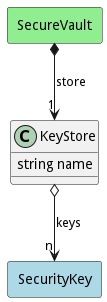
Before: docs/sabr/sa/models/keystore/logical.png, a diagram exported from PlantUML (madajaju/sabr). The source it was exported from:
```plantuml
@startuml

class "KeyStore" as Model {
 string name


}

rectangle "SecurityKey" as SecurityKey #lightblue {
}

Model o--> "n" SecurityKey : keys




    rectangle "SecureVault" as SecureVault #lightgreen {
    }

        SecureVault   *--> "1" Model : "store"


@enduml
```
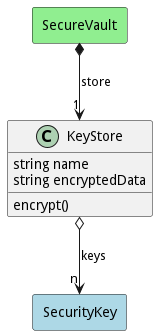
The same diagram one commit later.

What changed in the source:
```diff
@@ -2,7 +2,9 @@
 
 class "KeyStore" as Model {
  string name
+ string encryptedData
 
+ encrypt()
 
 }
 
```
